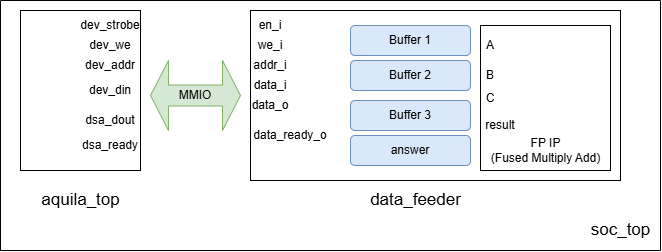
Earlier version of the draw.io export diagram.png (David810209/dsa). Source tidied: cells renumbered, new cells last; positions are measured from the earlier drawing's top-left corner, leaving out a move shared by most shapes.
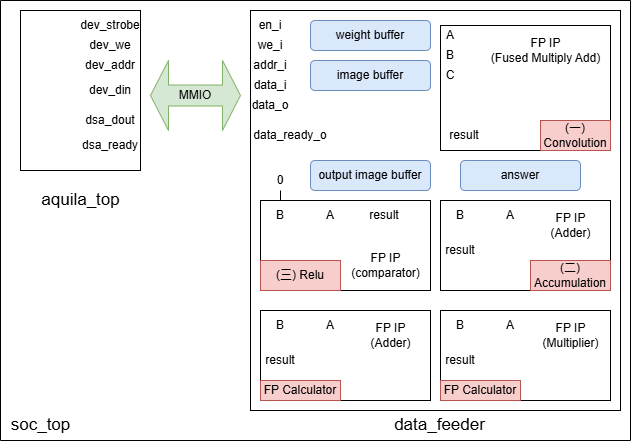
Above is the later version.

Commit message:
put relu into hw, simplify conv layer, get 26.64x speedup, but get -0.187 WNS (not yet solve it)

What changed in the source:
```diff
@@ -3,7 +3,7 @@
     <mxCell id="0" />
     <mxCell id="1" parent="0" />
     <mxCell id="2" style="rounded=0;whiteSpace=wrap;html=1;" parent="1" vertex="1">
-      <mxGeometry x="250" y="10" width="370" height="170" as="geometry" />
+      <mxGeometry x="250" y="10" width="370" height="400" as="geometry" />
     </mxCell>
     <mxCell id="3" style="rounded=0;whiteSpace=wrap;html=1;" parent="1" vertex="1">
       <mxGeometry x="20" y="10" width="120" height="160" as="geometry" />
@@ -38,20 +38,14 @@
     <mxCell id="13" value="data_o" style="text;html=1;align=center;verticalAlign=middle;whiteSpace=wrap;rounded=0;" parent="1" vertex="1">
       <mxGeometry x="240" y="90" width="60" height="30" as="geometry" />
     </mxCell>
-    <mxCell id="14" value="data_ready_o" style="text;html=1;align=center;verticalAlign=middle;whiteSpace=wrap;rounded=0;" parent="1" vertex="1">
-      <mxGeometry x="260" y="120" width="60" height="30" as="geometry" />
-    </mxCell>
     <mxCell id="15" style="rounded=0;whiteSpace=wrap;html=1;" parent="1" vertex="1">
-      <mxGeometry x="480" y="25" width="130" height="145" as="geometry" />
+      <mxGeometry x="440" y="25" width="170" height="125" as="geometry" />
     </mxCell>
     <mxCell id="16" style="swimlane;startSize=0;" parent="1" vertex="1">
-      <mxGeometry width="660" height="250" as="geometry" />
+      <mxGeometry width="630" height="440" as="geometry" />
     </mxCell>
-    <mxCell id="17" value="&lt;font style=&quot;font-size: 17px;&quot;&gt;soc_top&lt;/font&gt;" style="text;html=1;align=center;verticalAlign=middle;strokeColor=none;fillColor=none;" parent="16" vertex="1">
-      <mxGeometry x="580" y="215" width="80" height="30" as="geometry" />
-    </mxCell>
     <mxCell id="18" value="&lt;font style=&quot;font-size: 17px;&quot;&gt;data_feeder&lt;/font&gt;" style="text;html=1;align=center;verticalAlign=middle;strokeColor=none;fillColor=none;" parent="16" vertex="1">
-      <mxGeometry x="360" y="185" width="110" height="30" as="geometry" />
+      <mxGeometry x="384" y="410" width="110" height="30" as="geometry" />
     </mxCell>
     <mxCell id="19" value="we_i" style="text;html=1;align=center;verticalAlign=middle;whiteSpace=wrap;rounded=0;" parent="16" vertex="1">
       <mxGeometry x="240" y="30" width="60" height="30" as="geometry" />
@@ -63,31 +57,118 @@
       <mxGeometry x="150" y="60" width="90" height="70" as="geometry" />
     </mxCell>
     <mxCell id="22" value="&lt;font&gt;FP IP&lt;/font&gt;&lt;div&gt;&lt;font&gt;(Fused Multiply Add)&lt;/font&gt;&lt;/div&gt;" style="text;html=1;align=center;verticalAlign=middle;strokeColor=none;fillColor=none;" parent="16" vertex="1">
-      <mxGeometry x="480" y="130" width="130" height="40" as="geometry" />
+      <mxGeometry x="480" y="30" width="130" height="40" as="geometry" />
     </mxCell>
     <mxCell id="23" value="A" style="text;html=1;align=center;verticalAlign=middle;whiteSpace=wrap;rounded=0;" parent="16" vertex="1">
-      <mxGeometry x="460" y="30" width="60" height="30" as="geometry" />
+      <mxGeometry x="420" y="20" width="60" height="30" as="geometry" />
     </mxCell>
     <mxCell id="24" value="result" style="text;html=1;align=center;verticalAlign=middle;whiteSpace=wrap;rounded=0;" parent="16" vertex="1">
-      <mxGeometry x="470" y="110" width="60" height="30" as="geometry" />
+      <mxGeometry x="434" y="120" width="60" height="30" as="geometry" />
     </mxCell>
-    <mxCell id="25" value="Buffer 1" style="rounded=1;whiteSpace=wrap;html=1;fillColor=#dae8fc;strokeColor=#6c8ebf;" parent="1" vertex="1">
-      <mxGeometry x="350" y="25" width="120" height="30" as="geometry" />
+    <mxCell id="25" value="weight buffer" style="rounded=1;whiteSpace=wrap;html=1;fillColor=#dae8fc;strokeColor=#6c8ebf;" parent="16" vertex="1">
+      <mxGeometry x="310" y="20" width="120" height="30" as="geometry" />
     </mxCell>
+    <mxCell id="27" value="answer" style="rounded=1;whiteSpace=wrap;html=1;fillColor=#dae8fc;strokeColor=#6c8ebf;" parent="16" vertex="1">
+      <mxGeometry x="460" y="160" width="120" height="30" as="geometry" />
+    </mxCell>
+    <mxCell id="29" value="B" style="text;html=1;align=center;verticalAlign=middle;whiteSpace=wrap;rounded=0;" parent="16" vertex="1">
+      <mxGeometry x="420" y="40" width="60" height="30" as="geometry" />
+    </mxCell>
+    <mxCell id="31" style="rounded=0;whiteSpace=wrap;html=1;" parent="16" vertex="1">
+      <mxGeometry x="260" y="200" width="170" height="90" as="geometry" />
+    </mxCell>
+    <mxCell id="32" value="&lt;font&gt;FP IP&lt;/font&gt;&lt;div&gt;&lt;font&gt;(comparator)&lt;/font&gt;&lt;/div&gt;" style="text;html=1;align=center;verticalAlign=middle;strokeColor=none;fillColor=none;" parent="16" vertex="1">
+      <mxGeometry x="340" y="245" width="90" height="40" as="geometry" />
+    </mxCell>
+    <mxCell id="33" value="A" style="text;html=1;align=center;verticalAlign=middle;whiteSpace=wrap;rounded=0;" parent="16" vertex="1">
+      <mxGeometry x="300" y="200" width="60" height="30" as="geometry" />
+    </mxCell>
+    <mxCell id="34" value="B" style="text;html=1;align=center;verticalAlign=middle;whiteSpace=wrap;rounded=0;" parent="16" vertex="1">
+      <mxGeometry x="250" y="200" width="60" height="30" as="geometry" />
+    </mxCell>
+    <mxCell id="35" value="result" style="text;html=1;align=center;verticalAlign=middle;whiteSpace=wrap;rounded=0;" parent="16" vertex="1">
+      <mxGeometry x="354" y="200" width="60" height="30" as="geometry" />
+    </mxCell>
+    <mxCell id="36" value="0" style="text;html=1;align=center;verticalAlign=middle;whiteSpace=wrap;rounded=0;" parent="16" vertex="1">
+      <mxGeometry x="275" y="170" width="10" height="20" as="geometry" />
+    </mxCell>
+    <mxCell id="37" style="endArrow=none;html=1;rounded=0;exitX=0.5;exitY=0;exitDx=0;exitDy=0;entryX=0.5;entryY=1;entryDx=0;entryDy=0;" parent="16" edge="1" source="34" target="36">
+      <mxGeometry relative="1" as="geometry" />
+    </mxCell>
+    <mxCell id="38" value="output image buffer" style="rounded=1;whiteSpace=wrap;html=1;fillColor=#dae8fc;strokeColor=#6c8ebf;" parent="16" vertex="1">
+      <mxGeometry x="310" y="160" width="120" height="30" as="geometry" />
+    </mxCell>
+    <mxCell id="39" value="(三&lt;span style=&quot;background-color: initial;&quot;&gt;) Relu&lt;/span&gt;" style="text;html=1;align=center;verticalAlign=middle;whiteSpace=wrap;rounded=0;fillColor=#f8cecc;strokeColor=#b85450;" parent="16" vertex="1">
+      <mxGeometry x="260" y="260" width="80" height="30" as="geometry" />
+    </mxCell>
+    <mxCell id="14" value="data_ready_o" style="text;html=1;align=center;verticalAlign=middle;whiteSpace=wrap;rounded=0;" parent="16" vertex="1">
+      <mxGeometry x="260" y="120" width="60" height="30" as="geometry" />
+    </mxCell>
+    <mxCell id="17" value="&lt;font style=&quot;font-size: 17px;&quot;&gt;soc_top&lt;/font&gt;" style="text;html=1;align=center;verticalAlign=middle;strokeColor=none;fillColor=none;" parent="16" vertex="1">
+      <mxGeometry y="410" width="80" height="30" as="geometry" />
+    </mxCell>
+    <mxCell id="30" value="C" style="text;html=1;align=center;verticalAlign=middle;whiteSpace=wrap;rounded=0;" parent="16" vertex="1">
+      <mxGeometry x="420" y="60" width="60" height="30" as="geometry" />
+    </mxCell>
-    <mxCell id="26" value="Buffer 2" style="rounded=1;whiteSpace=wrap;html=1;fillColor=#dae8fc;strokeColor=#6c8ebf;" parent="1" vertex="1">
-      <mxGeometry x="350" y="60" width="120" height="30" as="geometry" />
+    <mxCell id="26" value="image buffer" style="rounded=1;whiteSpace=wrap;html=1;fillColor=#dae8fc;strokeColor=#6c8ebf;" parent="1" vertex="1">
+      <mxGeometry x="310" y="60" width="120" height="30" as="geometry" />
     </mxCell>
-    <mxCell id="27" value="answer" style="rounded=1;whiteSpace=wrap;html=1;fillColor=#dae8fc;strokeColor=#6c8ebf;" parent="1" vertex="1">
-      <mxGeometry x="350" y="135" width="120" height="30" as="geometry" />
-    </mxCell>
-    <mxCell id="28" value="Buffer 3" style="rounded=1;whiteSpace=wrap;html=1;fillColor=#dae8fc;strokeColor=#6c8ebf;" parent="1" vertex="1">
-      <mxGeometry x="350" y="100" width="120" height="30" as="geometry" />
-    </mxCell>
-    <mxCell id="29" value="B" style="text;html=1;align=center;verticalAlign=middle;whiteSpace=wrap;rounded=0;" parent="1" vertex="1">
-      <mxGeometry x="460" y="60" width="60" height="30" as="geometry" />
-    </mxCell>
-    <mxCell id="30" value="C" style="text;html=1;align=center;verticalAlign=middle;whiteSpace=wrap;rounded=0;" parent="1" vertex="1">
-      <mxGeometry x="460" y="82.5" width="60" height="30" as="geometry" />
-    </mxCell>
+    <mxCell id="40" style="rounded=0;whiteSpace=wrap;html=1;" parent="1" vertex="1">
+      <mxGeometry x="440" y="200" width="170" height="90" as="geometry" />
+    </mxCell>
+    <mxCell id="41" value="&lt;font&gt;FP IP&lt;/font&gt;&lt;div&gt;&lt;font&gt;(Adder)&lt;/font&gt;&lt;/div&gt;" style="text;html=1;align=center;verticalAlign=middle;strokeColor=none;fillColor=none;" parent="1" vertex="1">
+      <mxGeometry x="540" y="205" width="60" height="40" as="geometry" />
+    </mxCell>
+    <mxCell id="42" value="A" style="text;html=1;align=center;verticalAlign=middle;whiteSpace=wrap;rounded=0;" parent="1" vertex="1">
+      <mxGeometry x="480" y="200" width="60" height="30" as="geometry" />
+    </mxCell>
+    <mxCell id="43" value="B" style="text;html=1;align=center;verticalAlign=middle;whiteSpace=wrap;rounded=0;" parent="1" vertex="1">
+      <mxGeometry x="430" y="200" width="60" height="30" as="geometry" />
+    </mxCell>
+    <mxCell id="44" value="result" style="text;html=1;align=center;verticalAlign=middle;whiteSpace=wrap;rounded=0;" parent="1" vertex="1">
+      <mxGeometry x="430" y="235" width="60" height="30" as="geometry" />
+    </mxCell>
+    <mxCell id="45" value="(一) Convolution" style="text;html=1;align=center;verticalAlign=middle;whiteSpace=wrap;rounded=0;fillColor=#f8cecc;strokeColor=#b85450;" parent="1" vertex="1">
+      <mxGeometry x="540" y="120" width="70" height="30" as="geometry" />
+    </mxCell>
+    <mxCell id="46" value="(二) Accumulation" style="text;html=1;align=center;verticalAlign=middle;whiteSpace=wrap;rounded=0;fillColor=#f8cecc;strokeColor=#b85450;" parent="1" vertex="1">
+      <mxGeometry x="530" y="260" width="80" height="30" as="geometry" />
+    </mxCell>
+    <mxCell id="47" style="rounded=0;whiteSpace=wrap;html=1;" parent="1" vertex="1">
+      <mxGeometry x="260" y="310" width="170" height="90" as="geometry" />
+    </mxCell>
+    <mxCell id="48" value="&lt;font&gt;FP IP&lt;/font&gt;&lt;div&gt;&lt;font&gt;(Adder)&lt;/font&gt;&lt;/div&gt;" style="text;html=1;align=center;verticalAlign=middle;strokeColor=none;fillColor=none;" parent="1" vertex="1">
+      <mxGeometry x="360" y="315" width="60" height="40" as="geometry" />
+    </mxCell>
+    <mxCell id="49" value="A" style="text;html=1;align=center;verticalAlign=middle;whiteSpace=wrap;rounded=0;" parent="1" vertex="1">
+      <mxGeometry x="300" y="310" width="60" height="30" as="geometry" />
+    </mxCell>
+    <mxCell id="50" value="B" style="text;html=1;align=center;verticalAlign=middle;whiteSpace=wrap;rounded=0;" parent="1" vertex="1">
+      <mxGeometry x="250" y="310" width="60" height="30" as="geometry" />
+    </mxCell>
+    <mxCell id="51" value="result" style="text;html=1;align=center;verticalAlign=middle;whiteSpace=wrap;rounded=0;" parent="1" vertex="1">
+      <mxGeometry x="250" y="345" width="60" height="30" as="geometry" />
+    </mxCell>
+    <mxCell id="52" value="FP Calculator" style="text;html=1;align=center;verticalAlign=middle;whiteSpace=wrap;rounded=0;fillColor=#f8cecc;strokeColor=#b85450;" parent="1" vertex="1">
+      <mxGeometry x="260" y="380" width="80" height="20" as="geometry" />
+    </mxCell>
+    <mxCell id="53" style="rounded=0;whiteSpace=wrap;html=1;" parent="1" vertex="1">
+      <mxGeometry x="440" y="310" width="170" height="90" as="geometry" />
+    </mxCell>
+    <mxCell id="54" value="&lt;font&gt;FP IP&lt;/font&gt;&lt;div&gt;&lt;font&gt;(Multiplier)&lt;/font&gt;&lt;/div&gt;" style="text;html=1;align=center;verticalAlign=middle;strokeColor=none;fillColor=none;" parent="1" vertex="1">
+      <mxGeometry x="530" y="315" width="80" height="40" as="geometry" />
+    </mxCell>
+    <mxCell id="55" value="A" style="text;html=1;align=center;verticalAlign=middle;whiteSpace=wrap;rounded=0;" parent="1" vertex="1">
+      <mxGeometry x="480" y="310" width="60" height="30" as="geometry" />
+    </mxCell>
+    <mxCell id="56" value="B" style="text;html=1;align=center;verticalAlign=middle;whiteSpace=wrap;rounded=0;" parent="1" vertex="1">
+      <mxGeometry x="430" y="310" width="60" height="30" as="geometry" />
+    </mxCell>
+    <mxCell id="57" value="result" style="text;html=1;align=center;verticalAlign=middle;whiteSpace=wrap;rounded=0;" parent="1" vertex="1">
+      <mxGeometry x="430" y="345" width="60" height="30" as="geometry" />
+    </mxCell>
+    <mxCell id="58" value="FP Calculator" style="text;html=1;align=center;verticalAlign=middle;whiteSpace=wrap;rounded=0;fillColor=#f8cecc;strokeColor=#b85450;" parent="1" vertex="1">
+      <mxGeometry x="440" y="380" width="80" height="20" as="geometry" />
+    </mxCell>
   </root>
 </mxGraphModel>
```
